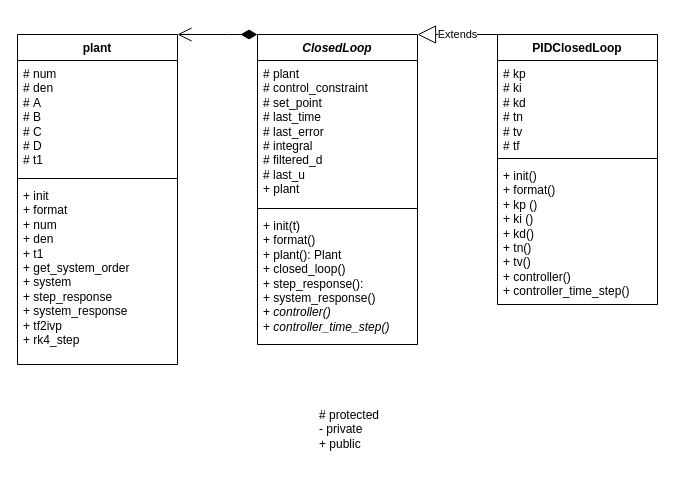
Earlier version of the draw.io diagram Dokumente/UML Klassendiagramm.drawio (staehtho/Projektarbeit-Automatische-Optimierung-von-PID--Reglern). Source tidied: cells renumbered, new cells numbered last; positions are measured from the earlier drawing's top-left corner, leaving out a move shared by most shapes. Both pictures are drawn from the tidied source at 100%, with x=0, y=0 at pixel (17, 34).
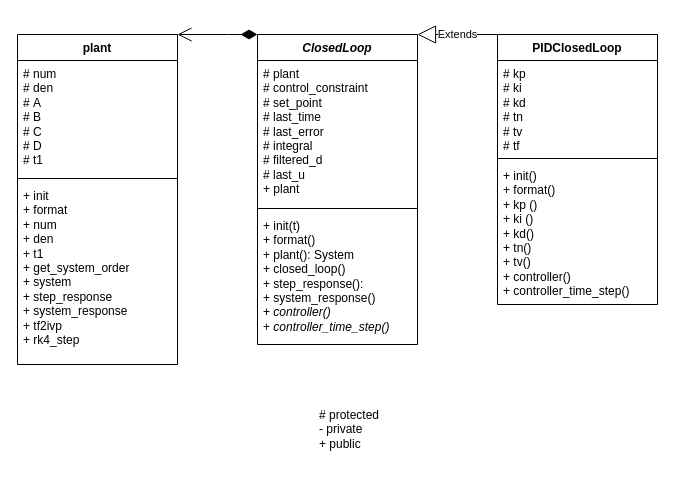
The same page after the edit.

Diff of the diagram source:
```diff
@@
 <mxGraphModel>
   <root>
     <mxCell id="0" />
     <mxCell id="1" parent="0" />
     <mxCell id="2" value="&lt;i&gt;ClosedLoop&lt;/i&gt;" style="swimlane;fontStyle=1;align=center;verticalAlign=top;horizontal=1;startSize=26;whiteSpace=wrap;html=1;" parent="1" vertex="1">
       <mxGeometry x="240" width="160" height="310" as="geometry" />
     </mxCell>
     <mxCell id="3" value="&lt;div&gt;# plant&lt;/div&gt;&lt;div&gt;&lt;span style=&quot;background-color: transparent; color: light-dark(rgb(0, 0, 0), rgb(255, 255, 255));&quot;&gt;#&lt;/span&gt;&amp;nbsp;control_constraint&lt;/div&gt;&lt;div&gt;&lt;span style=&quot;background-color: transparent; color: light-dark(rgb(0, 0, 0), rgb(255, 255, 255));&quot;&gt;#&lt;/span&gt;&amp;nbsp;set_point&lt;/div&gt;&lt;div&gt;&lt;span style=&quot;background-color: transparent; color: light-dark(rgb(0, 0, 0), rgb(255, 255, 255));&quot;&gt;#&lt;/span&gt;&amp;nbsp;last_time&lt;/div&gt;&lt;div&gt;&lt;span style=&quot;background-color: transparent; color: light-dark(rgb(0, 0, 0), rgb(255, 255, 255));&quot;&gt;#&lt;/span&gt;&amp;nbsp;last_error&lt;/div&gt;&lt;div&gt;&lt;span style=&quot;background-color: transparent; color: light-dark(rgb(0, 0, 0), rgb(255, 255, 255));&quot;&gt;#&lt;/span&gt;&amp;nbsp;integral&lt;/div&gt;&lt;div&gt;&lt;span style=&quot;background-color: transparent; color: light-dark(rgb(0, 0, 0), rgb(255, 255, 255));&quot;&gt;#&lt;/span&gt;&amp;nbsp;filtered_d&lt;/div&gt;&lt;div&gt;&lt;span style=&quot;background-color: transparent; color: light-dark(rgb(0, 0, 0), rgb(255, 255, 255));&quot;&gt;#&lt;/span&gt;&amp;nbsp;last_u&lt;/div&gt;&lt;div&gt;+ plant&lt;/div&gt;" style="text;strokeColor=none;fillColor=none;align=left;verticalAlign=top;spacingLeft=4;spacingRight=4;overflow=hidden;whiteSpace=wrap;html=1;" parent="2" vertex="1">
       <mxGeometry y="26" width="160" height="144" as="geometry" />
     </mxCell>
     <mxCell id="4" style="line;strokeWidth=1;fillColor=none;align=left;verticalAlign=middle;spacingTop=-1;spacingLeft=3;spacingRight=3;labelPosition=right;strokeColor=inherit;" parent="2" vertex="1">
       <mxGeometry y="170" width="160" height="8" as="geometry" />
     </mxCell>
-    <mxCell id="5" value="&lt;div&gt;+ init(t)&lt;/div&gt;&lt;div&gt;+ format()&lt;/div&gt;&lt;div&gt;+ plant(): Plant&lt;/div&gt;&lt;div&gt;+ closed_loop()&lt;/div&gt;&lt;div&gt;+ step_response():&lt;/div&gt;&lt;div&gt;+ system_response()&lt;/div&gt;&lt;div&gt;+ &lt;i&gt;controller()&lt;/i&gt;&lt;/div&gt;&lt;div&gt;+ &lt;i&gt;controller_time_step()&lt;/i&gt;&lt;/div&gt;" style="text;strokeColor=none;fillColor=none;align=left;verticalAlign=top;spacingLeft=4;spacingRight=4;overflow=hidden;whiteSpace=wrap;html=1;" parent="2" vertex="1">
+    <mxCell id="5" value="&lt;div&gt;+ init(t)&lt;/div&gt;&lt;div&gt;+ format()&lt;/div&gt;&lt;div&gt;+ plant(): System&lt;/div&gt;&lt;div&gt;+ closed_loop()&lt;/div&gt;&lt;div&gt;+ step_response():&lt;/div&gt;&lt;div&gt;+ system_response()&lt;/div&gt;&lt;div&gt;+ &lt;i&gt;controller()&lt;/i&gt;&lt;/div&gt;&lt;div&gt;+ &lt;i&gt;controller_time_step()&lt;/i&gt;&lt;/div&gt;" style="text;strokeColor=none;fillColor=none;align=left;verticalAlign=top;spacingLeft=4;spacingRight=4;overflow=hidden;whiteSpace=wrap;html=1;" parent="2" vertex="1">
       <mxGeometry y="178" width="160" height="132" as="geometry" />
     </mxCell>
     <mxCell id="6" value="PIDClosedLoop" style="swimlane;fontStyle=1;align=center;verticalAlign=top;horizontal=1;startSize=26;whiteSpace=wrap;html=1;" parent="1" vertex="1">
       <mxGeometry x="480" width="160" height="270" as="geometry" />
     </mxCell>
     <mxCell id="7" value="&lt;div&gt;# kp&lt;/div&gt;&lt;div&gt;# ki&lt;/div&gt;&lt;div&gt;# kd&lt;/div&gt;&lt;div&gt;# tn&lt;/div&gt;&lt;div&gt;# tv&lt;/div&gt;&lt;div&gt;# tf&lt;/div&gt;" style="text;strokeColor=none;fillColor=none;align=left;verticalAlign=top;spacingLeft=4;spacingRight=4;overflow=hidden;whiteSpace=wrap;html=1;" parent="6" vertex="1">
       <mxGeometry y="26" width="160" height="94" as="geometry" />
     </mxCell>
     <mxCell id="8" style="line;strokeWidth=1;fillColor=none;align=left;verticalAlign=middle;spacingTop=-1;spacingLeft=3;spacingRight=3;labelPosition=right;strokeColor=inherit;" parent="6" vertex="1">
       <mxGeometry y="120" width="160" height="8" as="geometry" />
     </mxCell>
     <mxCell id="9" value="+ init()&lt;div&gt;+ format()&lt;/div&gt;&lt;div&gt;+ kp ()&lt;/div&gt;&lt;div&gt;+ ki ()&lt;/div&gt;&lt;div&gt;+ kd()&lt;/div&gt;&lt;div&gt;+ tn()&lt;/div&gt;&lt;div&gt;+ tv()&lt;/div&gt;&lt;div&gt;+ controller()&lt;/div&gt;&lt;div&gt;+ controller_time_step()&lt;/div&gt;&lt;div&gt;&lt;br&gt;&lt;/div&gt;" style="text;strokeColor=none;fillColor=none;align=left;verticalAlign=top;spacingLeft=4;spacingRight=4;overflow=hidden;whiteSpace=wrap;html=1;" parent="6" vertex="1">
       <mxGeometry y="128" width="160" height="142" as="geometry" />
     </mxCell>
     <mxCell id="10" value="Extends" style="endArrow=block;endSize=16;endFill=0;html=1;rounded=0;exitX=0;exitY=0;exitDx=0;exitDy=0;entryX=1;entryY=0;entryDx=0;entryDy=0;" parent="1" edge="1" source="6" target="2">
       <mxGeometry relative="1" as="geometry" />
     </mxCell>
     <mxCell id="11" value="&lt;span style=&quot;&quot;&gt;# protected&lt;/span&gt;&lt;div&gt;&lt;span style=&quot;&quot;&gt;- private&lt;/span&gt;&lt;/div&gt;&lt;div&gt;&lt;span style=&quot;&quot;&gt;+ public&lt;/span&gt;&lt;/div&gt;" style="text;html=1;align=left;verticalAlign=middle;whiteSpace=wrap;rounded=0;" parent="1" vertex="1">
       <mxGeometry x="300" y="340" width="140" height="110" as="geometry" />
     </mxCell>
     <mxCell id="12" value="plant" style="swimlane;fontStyle=1;align=center;verticalAlign=top;horizontal=1;startSize=26;whiteSpace=wrap;html=1;" parent="1" vertex="1">
       <mxGeometry width="160" height="330" as="geometry" />
     </mxCell>
     <mxCell id="13" value="&lt;div&gt;# num&lt;/div&gt;&lt;div&gt;&lt;span style=&quot;background-color: transparent; color: light-dark(rgb(0, 0, 0), rgb(255, 255, 255));&quot;&gt;#&lt;/span&gt;&lt;span style=&quot;background-color: transparent; color: light-dark(rgb(0, 0, 0), rgb(255, 255, 255));&quot;&gt;&amp;nbsp;&lt;/span&gt;den&lt;/div&gt;&lt;div&gt;&lt;span style=&quot;background-color: transparent; color: light-dark(rgb(0, 0, 0), rgb(255, 255, 255));&quot;&gt;#&lt;/span&gt;&lt;span style=&quot;background-color: transparent; color: light-dark(rgb(0, 0, 0), rgb(255, 255, 255));&quot;&gt;&amp;nbsp;&lt;/span&gt;A&lt;/div&gt;&lt;div&gt;&lt;span style=&quot;background-color: transparent; color: light-dark(rgb(0, 0, 0), rgb(255, 255, 255));&quot;&gt;#&lt;/span&gt;&lt;span style=&quot;background-color: transparent; color: light-dark(rgb(0, 0, 0), rgb(255, 255, 255));&quot;&gt;&amp;nbsp;&lt;/span&gt;B&lt;/div&gt;&lt;div&gt;&lt;span style=&quot;background-color: transparent; color: light-dark(rgb(0, 0, 0), rgb(255, 255, 255));&quot;&gt;#&lt;/span&gt;&lt;span style=&quot;background-color: transparent; color: light-dark(rgb(0, 0, 0), rgb(255, 255, 255));&quot;&gt;&amp;nbsp;&lt;/span&gt;C&lt;/div&gt;&lt;div&gt;&lt;span style=&quot;background-color: transparent; color: light-dark(rgb(0, 0, 0), rgb(255, 255, 255));&quot;&gt;#&lt;/span&gt;&lt;span style=&quot;background-color: transparent; color: light-dark(rgb(0, 0, 0), rgb(255, 255, 255));&quot;&gt;&amp;nbsp;&lt;/span&gt;D&lt;/div&gt;&lt;div&gt;&lt;span style=&quot;background-color: transparent; color: light-dark(rgb(0, 0, 0), rgb(255, 255, 255));&quot;&gt;#&lt;/span&gt;&lt;span style=&quot;background-color: transparent; color: light-dark(rgb(0, 0, 0), rgb(255, 255, 255));&quot;&gt;&amp;nbsp;&lt;/span&gt;t1&lt;/div&gt;&lt;div&gt;&lt;br&gt;&lt;/div&gt;" style="text;strokeColor=none;fillColor=none;align=left;verticalAlign=top;spacingLeft=4;spacingRight=4;overflow=hidden;whiteSpace=wrap;html=1;" parent="12" vertex="1">
       <mxGeometry y="26" width="160" height="114" as="geometry" />
     </mxCell>
     <mxCell id="14" style="line;strokeWidth=1;fillColor=none;align=left;verticalAlign=middle;spacingTop=-1;spacingLeft=3;spacingRight=3;labelPosition=right;strokeColor=inherit;" parent="12" vertex="1">
       <mxGeometry y="140" width="160" height="8" as="geometry" />
     </mxCell>
     <mxCell id="15" value="&lt;div&gt;+ init&lt;/div&gt;&lt;div&gt;&lt;span style=&quot;background-color: transparent; color: light-dark(rgb(0, 0, 0), rgb(255, 255, 255));&quot;&gt;+&lt;/span&gt;&lt;span style=&quot;background-color: transparent; color: light-dark(rgb(0, 0, 0), rgb(255, 255, 255));&quot;&gt;&amp;nbsp;&lt;/span&gt;format&lt;/div&gt;&lt;div&gt;&lt;span style=&quot;background-color: transparent; color: light-dark(rgb(0, 0, 0), rgb(255, 255, 255));&quot;&gt;+&lt;/span&gt;&lt;span style=&quot;background-color: transparent; color: light-dark(rgb(0, 0, 0), rgb(255, 255, 255));&quot;&gt;&amp;nbsp;&lt;/span&gt;num&lt;/div&gt;&lt;div&gt;&lt;span style=&quot;background-color: transparent; color: light-dark(rgb(0, 0, 0), rgb(255, 255, 255));&quot;&gt;+&lt;/span&gt;&lt;span style=&quot;background-color: transparent; color: light-dark(rgb(0, 0, 0), rgb(255, 255, 255));&quot;&gt;&amp;nbsp;&lt;/span&gt;den&lt;/div&gt;&lt;div&gt;&lt;span style=&quot;background-color: transparent; color: light-dark(rgb(0, 0, 0), rgb(255, 255, 255));&quot;&gt;+&lt;/span&gt;&lt;span style=&quot;background-color: transparent; color: light-dark(rgb(0, 0, 0), rgb(255, 255, 255));&quot;&gt;&amp;nbsp;&lt;/span&gt;t&lt;span style=&quot;background-color: transparent; color: light-dark(rgb(0, 0, 0), rgb(255, 255, 255));&quot;&gt;1&lt;/span&gt;&lt;/div&gt;&lt;div&gt;&lt;span style=&quot;background-color: transparent; color: light-dark(rgb(0, 0, 0), rgb(255, 255, 255));&quot;&gt;+&lt;/span&gt;&lt;span style=&quot;background-color: transparent; color: light-dark(rgb(0, 0, 0), rgb(255, 255, 255));&quot;&gt;&amp;nbsp;&lt;/span&gt;get_system_order&lt;/div&gt;&lt;div&gt;&lt;span style=&quot;background-color: transparent; color: light-dark(rgb(0, 0, 0), rgb(255, 255, 255));&quot;&gt;+&lt;/span&gt;&lt;span style=&quot;background-color: transparent; color: light-dark(rgb(0, 0, 0), rgb(255, 255, 255));&quot;&gt;&amp;nbsp;&lt;/span&gt;s&lt;span style=&quot;background-color: transparent; color: light-dark(rgb(0, 0, 0), rgb(255, 255, 255));&quot;&gt;ystem&lt;/span&gt;&lt;/div&gt;&lt;div&gt;&lt;span style=&quot;background-color: transparent; color: light-dark(rgb(0, 0, 0), rgb(255, 255, 255));&quot;&gt;+&lt;/span&gt;&lt;span style=&quot;background-color: transparent; color: light-dark(rgb(0, 0, 0), rgb(255, 255, 255));&quot;&gt;&amp;nbsp;&lt;/span&gt;step_response&lt;/div&gt;&lt;div&gt;&lt;span style=&quot;background-color: transparent; color: light-dark(rgb(0, 0, 0), rgb(255, 255, 255));&quot;&gt;+&lt;/span&gt;&lt;span style=&quot;background-color: transparent; color: light-dark(rgb(0, 0, 0), rgb(255, 255, 255));&quot;&gt;&amp;nbsp;&lt;/span&gt;system_response&lt;/div&gt;&lt;div&gt;&lt;span style=&quot;background-color: transparent; color: light-dark(rgb(0, 0, 0), rgb(255, 255, 255));&quot;&gt;+&lt;/span&gt;&lt;span style=&quot;background-color: transparent; color: light-dark(rgb(0, 0, 0), rgb(255, 255, 255));&quot;&gt;&amp;nbsp;&lt;/span&gt;tf2ivp&lt;/div&gt;&lt;div&gt;&lt;span style=&quot;background-color: transparent; color: light-dark(rgb(0, 0, 0), rgb(255, 255, 255));&quot;&gt;+&lt;/span&gt;&lt;span style=&quot;background-color: transparent; color: light-dark(rgb(0, 0, 0), rgb(255, 255, 255));&quot;&gt;&amp;nbsp;&lt;/span&gt;rk4_step&lt;/div&gt;" style="text;strokeColor=none;fillColor=none;align=left;verticalAlign=top;spacingLeft=4;spacingRight=4;overflow=hidden;whiteSpace=wrap;html=1;" parent="12" vertex="1">
       <mxGeometry y="148" width="160" height="182" as="geometry" />
     </mxCell>
     <mxCell id="16" style="endArrow=open;html=1;endSize=12;startArrow=diamondThin;startSize=14;startFill=1;edgeStyle=orthogonalEdgeStyle;align=left;verticalAlign=bottom;rounded=0;exitX=0;exitY=0;exitDx=0;exitDy=0;entryX=1;entryY=0;entryDx=0;entryDy=0;" parent="1" edge="1" source="2" target="12">
       <mxGeometry x="-0.5" y="30" relative="1" as="geometry">
         <Array as="points">
           <mxPoint x="210" />
           <mxPoint x="210" />
         </Array>
       </mxGeometry>
     </mxCell>
   </root>
 </mxGraphModel>
```
